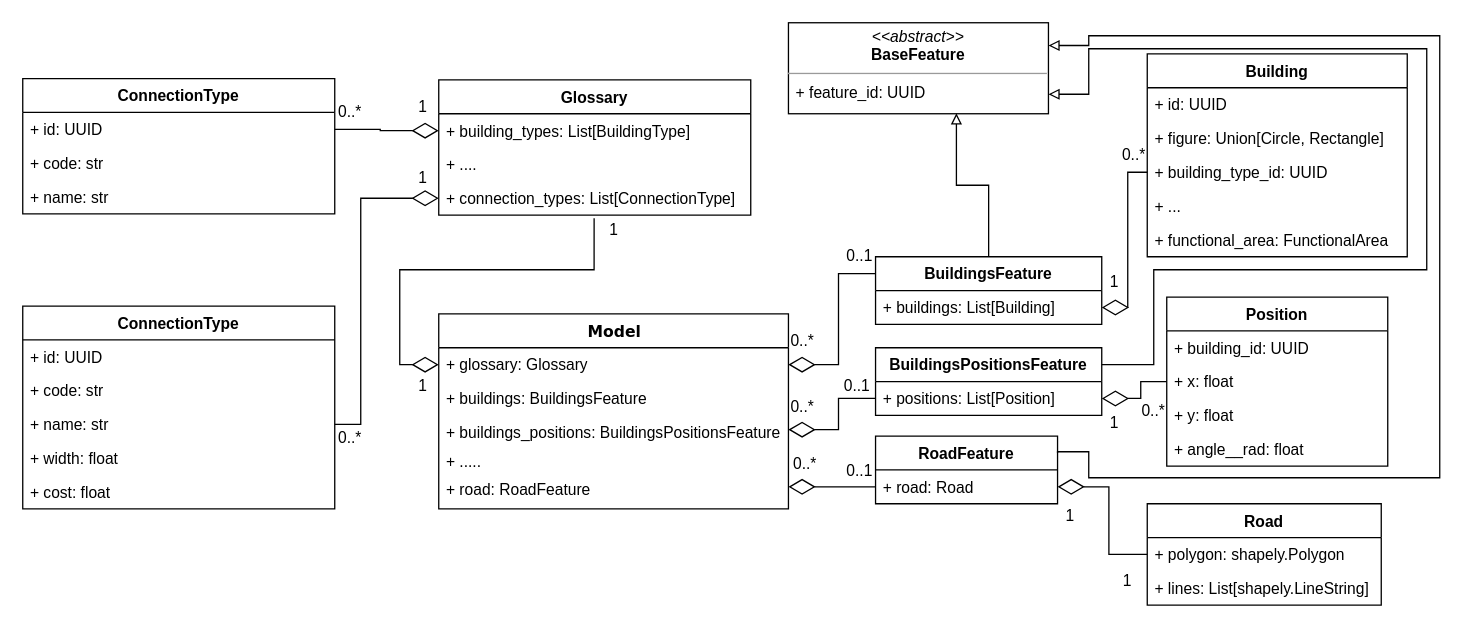
This is master/sources/presentation/diagrams/appendix_classes.drawio from stalker-fc/diploma, a draw.io file, before an edit. Source tidied: cells renumbered, new cells numbered last; positions are measured from the earlier drawing's top-left corner, leaving out a move shared by most shapes. Both pictures are drawn from the tidied source at 130%, with x=0, y=0 at pixel (22, 22).
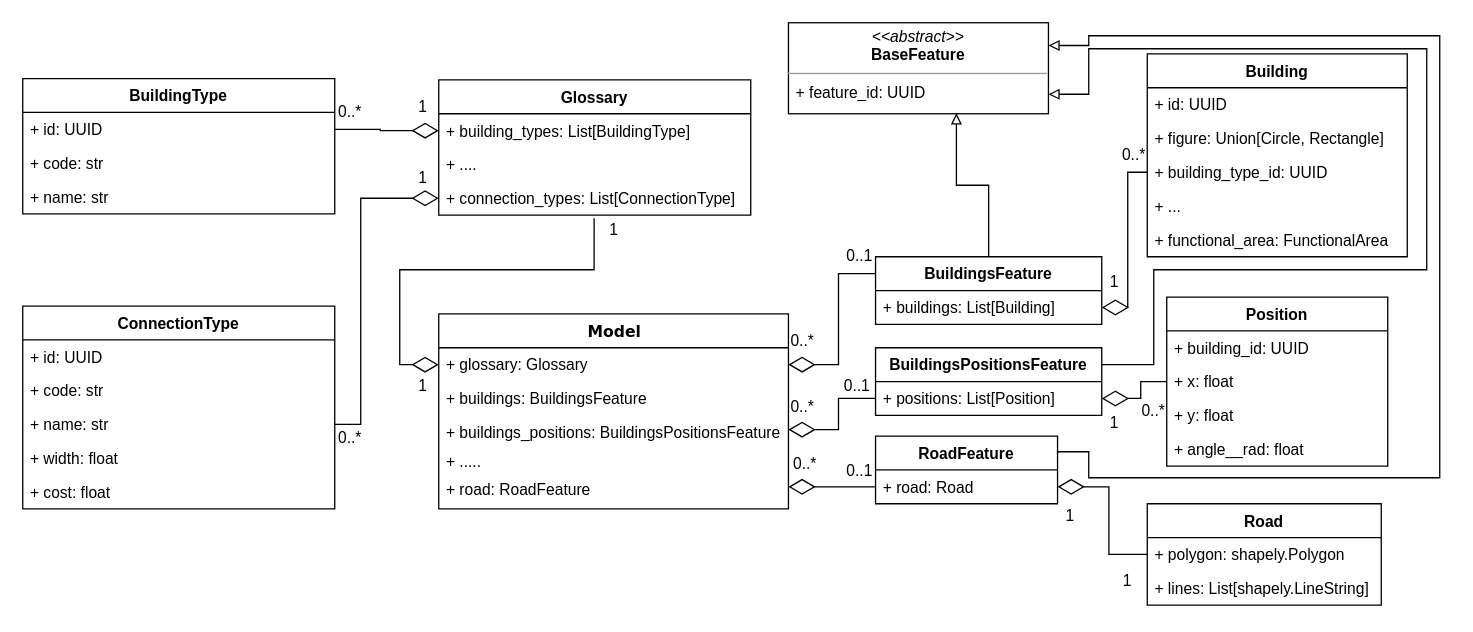
The same page after the edit.

What changed in the source:
```diff
@@
-    <mxCell id="68" value="ConnectionType" style="swimlane;fontStyle=1;horizontal=1;startSize=26;fillColor=none;" parent="1" vertex="1">
+    <mxCell id="68" value="BuildingType" style="swimlane;fontStyle=1;horizontal=1;startSize=26;fillColor=none;" parent="1" vertex="1">
       <mxGeometry y="43" width="240" height="104" as="geometry" />
     </mxCell>
```
